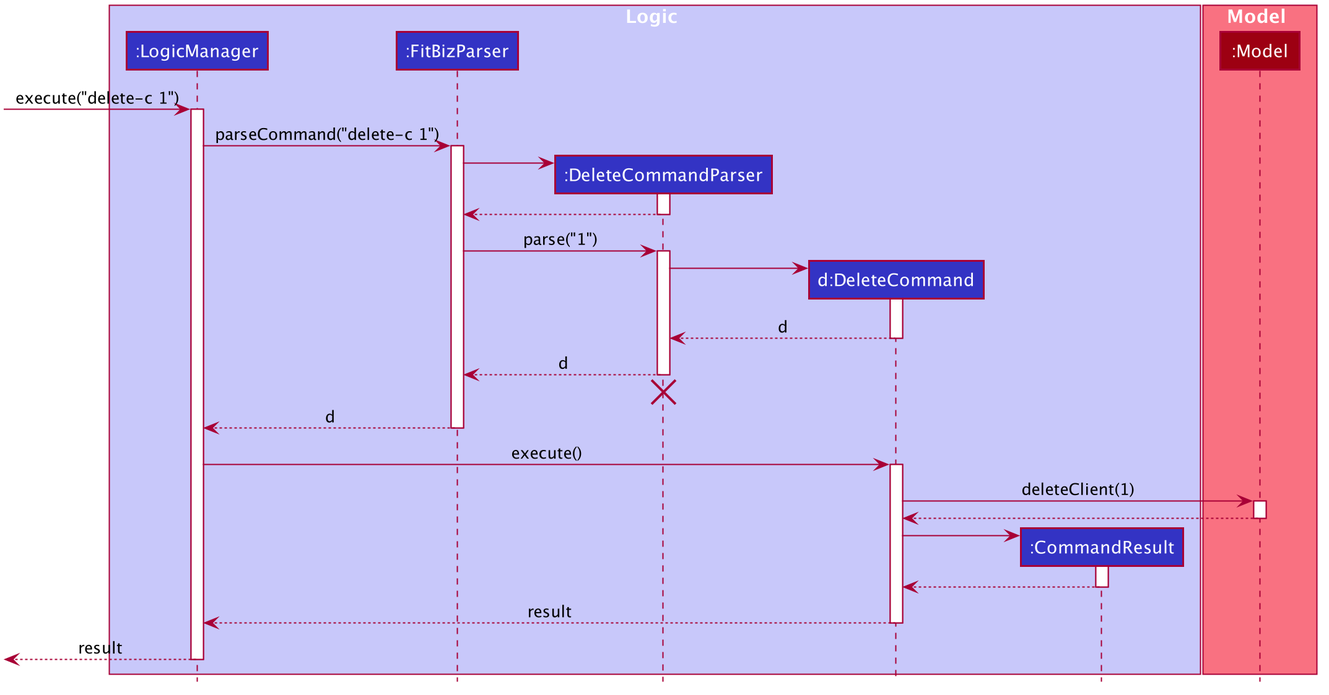
nus-cs2103-AY1920S2/addressbook-level3 keeps this PlantUML diagram as docs/images/DeleteSequenceDiagram.png. Above is the earlier version. Its diagram source:
```plantuml
@startuml








skinparam BackgroundColor #FFFFFFF

skinparam Shadowing false

skinparam Class {
    FontColor #FFFFFF
    BorderThickness 1
    BorderColor #FFFFFF
    StereotypeFontColor #FFFFFF
    FontName Arial
}

skinparam Actor {
    BorderColor #000000
    Color #000000
    FontName Arial
}

skinparam Sequence {
    MessageAlign center
    BoxFontSize 15
    BoxPadding 0
    BoxFontColor #FFFFFF
    FontName Arial
}

skinparam Participant {
    FontColor #FFFFFFF
    Padding 20
}

skinparam MinClassWidth 50
skinparam ParticipantPadding 10
skinparam Shadowing false
skinparam DefaultTextAlignment center
skinparam packageStyle Rectangle

hide footbox
hide members
hide circle

box Logic #C8C8FA
participant ":LogicManager" as LogicManager #3333C4
participant ":FitBizParser" as FitBizParser #3333C4
participant ":DeleteCommandParser" as DeleteCommandParser #3333C4
participant "d:DeleteCommand" as DeleteCommand #3333C4
participant ":CommandResult" as CommandResult #3333C4
end box

box Model #F97181
participant ":Model" as Model #9D0012
end box

[-> LogicManager : execute("delete-c 1")
activate LogicManager

LogicManager -> FitBizParser : parseCommand("delete-c 1")
activate FitBizParser

create DeleteCommandParser
FitBizParser -> DeleteCommandParser
activate DeleteCommandParser

DeleteCommandParser --> FitBizParser
deactivate DeleteCommandParser

FitBizParser -> DeleteCommandParser : parse("1")
activate DeleteCommandParser

create DeleteCommand
DeleteCommandParser -> DeleteCommand
activate DeleteCommand

DeleteCommand --> DeleteCommandParser : d
deactivate DeleteCommand

DeleteCommandParser --> FitBizParser : d
deactivate DeleteCommandParser
DeleteCommandParser -[hidden]-> FitBizParser
destroy DeleteCommandParser

FitBizParser --> LogicManager : d
deactivate FitBizParser

LogicManager -> DeleteCommand : execute()
activate DeleteCommand

DeleteCommand -> Model : deleteClient(1)
activate Model

Model --> DeleteCommand
deactivate Model

create CommandResult
DeleteCommand -> CommandResult
activate CommandResult

CommandResult --> DeleteCommand
deactivate CommandResult

DeleteCommand --> LogicManager : result
deactivate DeleteCommand

[<--LogicManager : result
deactivate LogicManager
@enduml
```
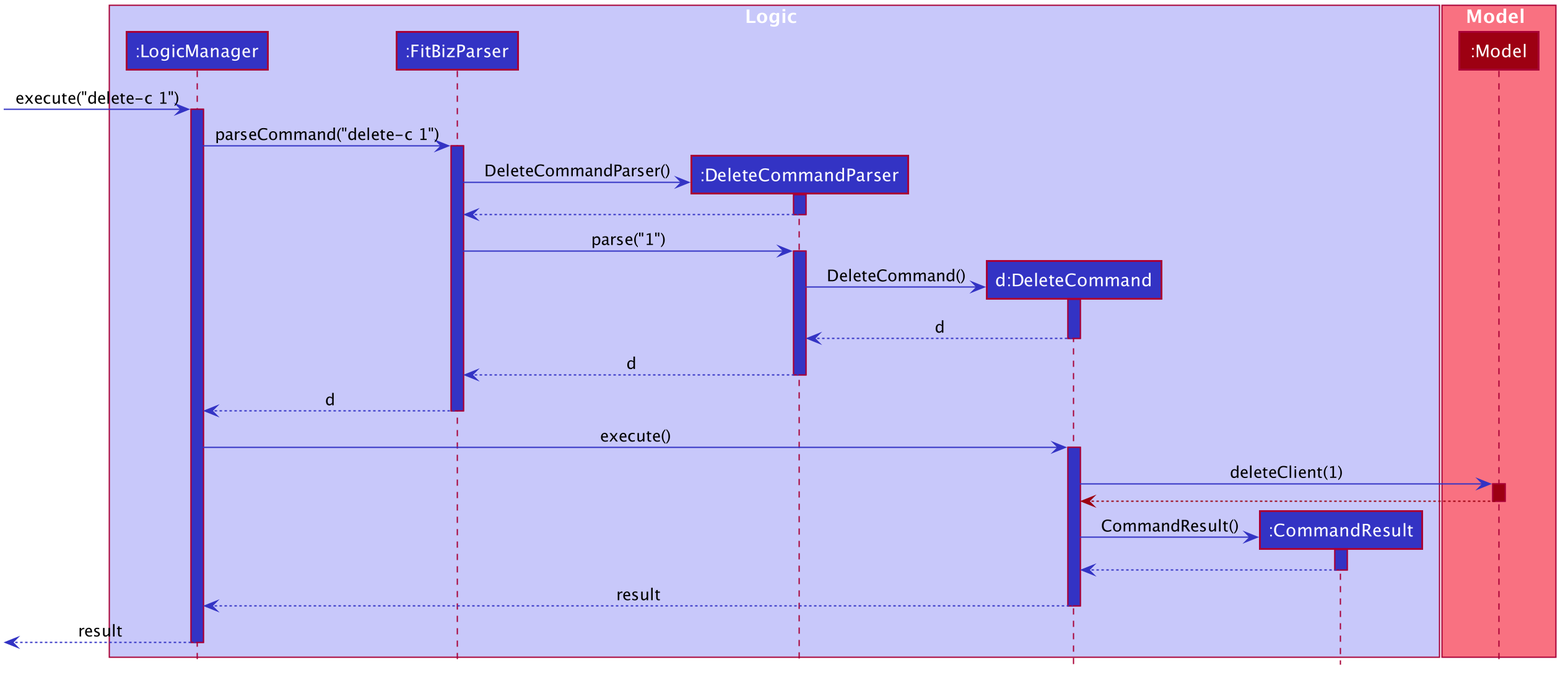
The same diagram one commit later.

Commit message:
update delete sequence diagram

The edit, as a diff of the source:
```diff
@@ -60,56 +60,54 @@
 participant ":Model" as Model #9D0012
 end box
 
-[-> LogicManager : execute("delete-c 1")
-activate LogicManager
+[-[#3333C4]> LogicManager : execute("delete-c 1")
+activate LogicManager #3333C4
 
-LogicManager -> FitBizParser : parseCommand("delete-c 1")
-activate FitBizParser
+LogicManager -[#3333C4]> FitBizParser : parseCommand("delete-c 1")
+activate FitBizParser #3333C4
 
 create DeleteCommandParser
-FitBizParser -> DeleteCommandParser
-activate DeleteCommandParser
+FitBizParser -[#3333C4]> DeleteCommandParser : DeleteCommandParser()
+activate DeleteCommandParser #3333C4
 
-DeleteCommandParser --> FitBizParser
+DeleteCommandParser --[#3333C4]> FitBizParser
 deactivate DeleteCommandParser
 
-FitBizParser -> DeleteCommandParser : parse("1")
-activate DeleteCommandParser
+FitBizParser -[#3333C4]> DeleteCommandParser : parse("1")
+activate DeleteCommandParser #3333C4
 
 create DeleteCommand
-DeleteCommandParser -> DeleteCommand
-activate DeleteCommand
+DeleteCommandParser -[#3333C4]> DeleteCommand : DeleteCommand()
+activate DeleteCommand #3333C4
 
-DeleteCommand --> DeleteCommandParser : d
+DeleteCommand --[#3333C4]> DeleteCommandParser : d
 deactivate DeleteCommand
 
-DeleteCommandParser --> FitBizParser : d
+DeleteCommandParser --[#3333C4]> FitBizParser : d
 deactivate DeleteCommandParser
-DeleteCommandParser -[hidden]-> FitBizParser
-destroy DeleteCommandParser
 
-FitBizParser --> LogicManager : d
+FitBizParser --[#3333C4]> LogicManager : d
 deactivate FitBizParser
 
-LogicManager -> DeleteCommand : execute()
-activate DeleteCommand
+LogicManager -[#3333C4]> DeleteCommand : execute()
+activate DeleteCommand #3333C4
 
-DeleteCommand -> Model : deleteClient(1)
-activate Model
+DeleteCommand -[#3333C4]> Model : deleteClient(1)
+activate Model #9D0012
 
-Model --> DeleteCommand
+Model --[#9D0012]> DeleteCommand
 deactivate Model
 
 create CommandResult
-DeleteCommand -> CommandResult
-activate CommandResult
+DeleteCommand -[#3333C4]> CommandResult : CommandResult()
+activate CommandResult #3333C4
 
-CommandResult --> DeleteCommand
+CommandResult --[#3333C4]> DeleteCommand
 deactivate CommandResult
 
-DeleteCommand --> LogicManager : result
+DeleteCommand --[#3333C4]> LogicManager : result
 deactivate DeleteCommand
 
-[<--LogicManager : result
+[<[#3333C4]--LogicManager : result
 deactivate LogicManager
 @enduml
```
